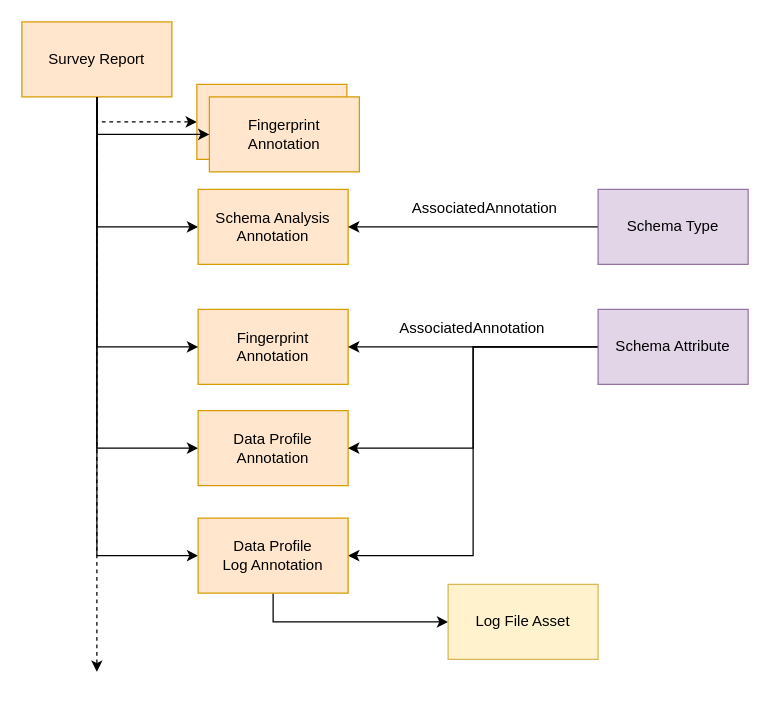
Earlier version of the draw.io diagram page "resource-profiling" (4 of 15) of site/docs/frameworks/saf/survey-action.drawio (odpi/egeria-docs). Source tidied: cells renumbered, new cells numbered last; positions are measured from the earlier drawing's top-left corner, leaving out a move shared by most shapes. Both pictures are drawn from the tidied source at 125%, with x=0, y=0 at pixel (21, 21).
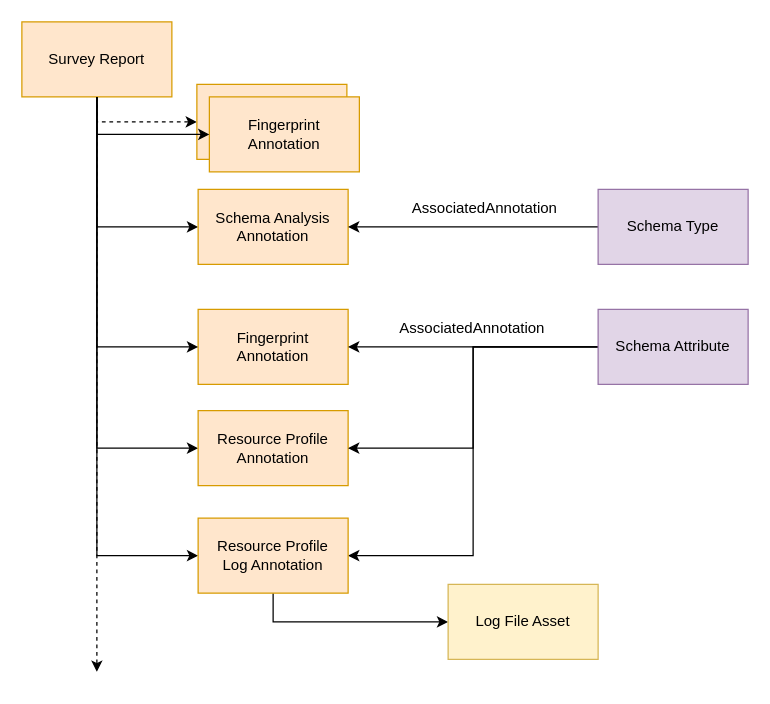
Above is the later version.

Change to the diagram source:
```diff
@@
-    <mxCell id="11" value="Data Profile&lt;br&gt;Annotation" style="rounded=0;whiteSpace=wrap;html=1;fillColor=#ffe6cc;strokeColor=#d79b00;" parent="1" vertex="1">
+    <mxCell id="11" value="Resource Profile&lt;br&gt;Annotation" style="rounded=0;whiteSpace=wrap;html=1;fillColor=#ffe6cc;strokeColor=#d79b00;" parent="1" vertex="1">
       <mxGeometry x="141" y="311" width="120" height="60" as="geometry" />
     </mxCell>
@@
-    <mxCell id="22" value="Data Profile&lt;br&gt;Log Annotation" style="rounded=0;whiteSpace=wrap;html=1;fillColor=#ffe6cc;strokeColor=#d79b00;" parent="1" vertex="1">
+    <mxCell id="22" value="Resource Profile&lt;br&gt;Log Annotation" style="rounded=0;whiteSpace=wrap;html=1;fillColor=#ffe6cc;strokeColor=#d79b00;" parent="1" vertex="1">
       <mxGeometry x="141" y="397" width="120" height="60" as="geometry" />
     </mxCell>
```
